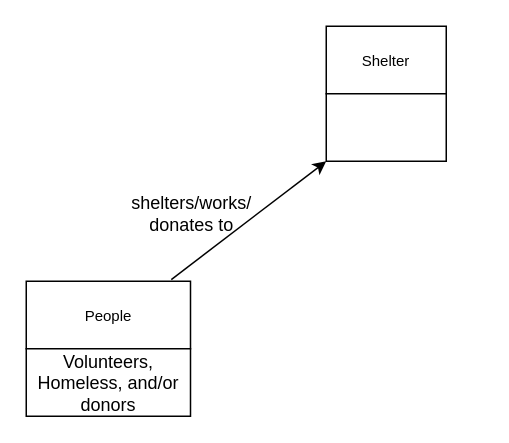
Earlier version of the draw.io diagram Untitled Diagram.drawio (Alex-A-Denny/SWEN-Group-Project). Source tidied: cells renumbered, new cells numbered last; positions are measured from the earlier drawing's top-left corner, leaving out a move shared by most shapes. Both pictures are drawn from the tidied source at 150%, with x=0, y=0 at pixel (26, 26).
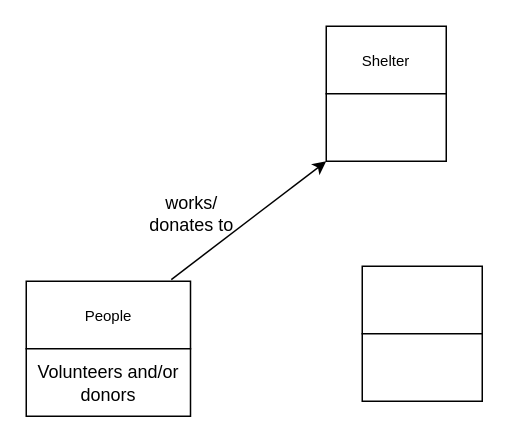
The same diagram, later.

The edit, as a diff of the source:
```diff
@@
 <mxGraphModel>
   <root>
     <mxCell id="0" />
     <mxCell id="1" parent="0" />
     <mxCell id="2" style="group;" parent="1" vertex="1">
       <mxGeometry x="200" width="80" height="90" as="geometry" />
     </mxCell>
     <mxCell id="3" value="&lt;font size=&quot;1&quot;&gt;Shelter&lt;/font&gt;" style="rounded=0;whiteSpace=wrap;html=1;" parent="2" vertex="1">
       <mxGeometry width="80" height="45" as="geometry" />
     </mxCell>
     <mxCell id="4" style="rounded=0;whiteSpace=wrap;html=1;" parent="2" vertex="1">
       <mxGeometry y="45" width="80" height="45" as="geometry" />
     </mxCell>
     <mxCell id="5" style="group;" parent="1" vertex="1">
       <mxGeometry y="170" width="130" height="90" as="geometry" />
     </mxCell>
     <mxCell id="6" value="&lt;font size=&quot;1&quot;&gt;People&lt;/font&gt;" style="rounded=0;whiteSpace=wrap;html=1;" parent="5" vertex="1">
       <mxGeometry width="109.5" height="45" as="geometry" />
     </mxCell>
-    <mxCell id="7" value="Volunteers, Homeless, and/or donors" style="rounded=0;whiteSpace=wrap;html=1;" parent="5" vertex="1">
+    <mxCell id="7" value="Volunteers and/or donors" style="rounded=0;whiteSpace=wrap;html=1;" parent="5" vertex="1">
       <mxGeometry y="45" width="109.5" height="45" as="geometry" />
     </mxCell>
     <mxCell id="8" style="endArrow=classic;html=1;rounded=0;exitX=0.883;exitY=-0.025;exitDx=0;exitDy=0;exitPerimeter=0;" parent="1" edge="1" source="6">
       <mxGeometry relative="1" as="geometry">
         <mxPoint x="200" y="90" as="targetPoint" />
       </mxGeometry>
     </mxCell>
-    <mxCell id="9" value="shelters/works/&lt;br&gt;donates to" style="text;html=1;align=center;verticalAlign=middle;strokeColor=none;fillColor=none;" parent="1" vertex="1">
-      <mxGeometry x="60" y="105" width="100" height="40" as="geometry" />
+    <mxCell id="9" value="works/&lt;br&gt;donates to" style="text;html=1;align=center;verticalAlign=middle;strokeColor=none;fillColor=none;" parent="1" vertex="1">
+      <mxGeometry x="70" y="105" width="80" height="40" as="geometry" />
     </mxCell>
+    <mxCell id="10" style="group;" parent="1" vertex="1">
+      <mxGeometry x="224" y="160" width="80" height="90" as="geometry" />
+    </mxCell>
+    <mxCell id="11" style="rounded=0;whiteSpace=wrap;html=1;" parent="10" vertex="1">
+      <mxGeometry width="80" height="45" as="geometry" />
+    </mxCell>
+    <mxCell id="12" style="rounded=0;whiteSpace=wrap;html=1;" parent="10" vertex="1">
+      <mxGeometry y="45" width="80" height="45" as="geometry" />
+    </mxCell>
   </root>
 </mxGraphModel>
```
